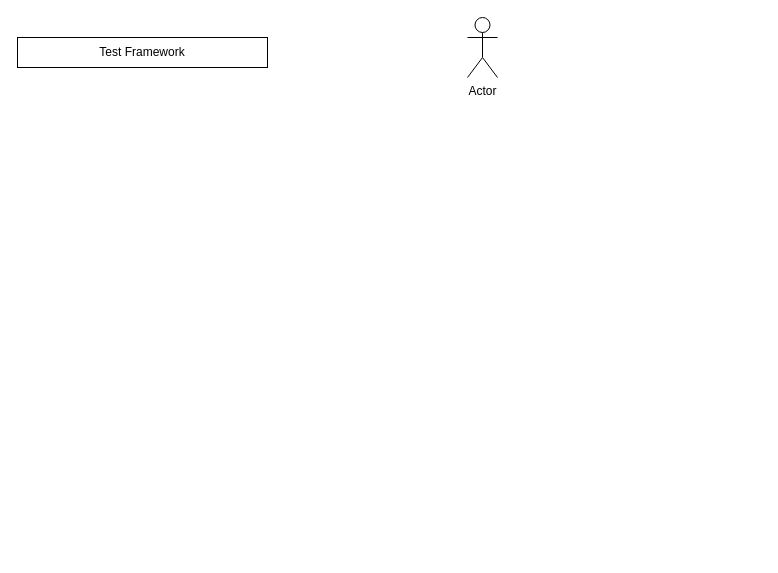
Above: Untitled Diagram.drawio in TSpasov/notes_and_stuff (draw.io), before the change. Source tidied: cells renumbered, new cells numbered last; positions are measured from the earlier drawing's top-left corner, leaving out a move shared by most shapes. Both pictures are drawn from the tidied source at 100%, with x=0, y=0 at pixel (17, 17).
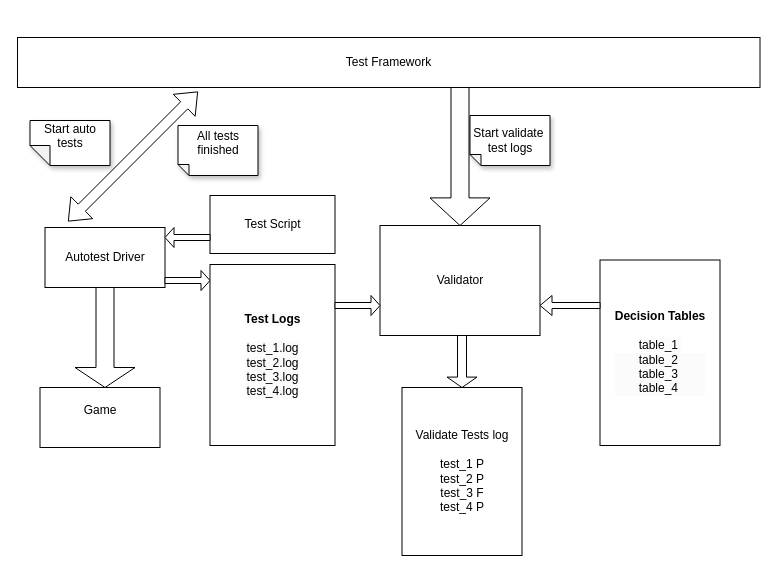
The same diagram, later.

Commit message:
base_scheme

What changed in the source:
```diff
@@
     <mxCell id="2" value="Test Framework" style="rounded=0;whiteSpace=wrap;html=1;" parent="1" vertex="1">
-      <mxGeometry y="20" width="250" height="30" as="geometry" />
+      <mxGeometry y="20" width="742.5" height="50" as="geometry" />
     </mxCell>
-    <mxCell id="3" value="Actor" style="shape=umlActor;verticalLabelPosition=bottom;verticalAlign=top;html=1;" parent="1" vertex="1">
-      <mxGeometry x="450" width="30" height="60" as="geometry" />
-    </mxCell>
+    <mxCell id="4" value="Game&lt;div&gt;&lt;br&gt;&lt;/div&gt;" style="rounded=0;whiteSpace=wrap;html=1;" parent="1" vertex="1">
+      <mxGeometry x="22.5" y="370" width="120" height="60" as="geometry" />
+    </mxCell>
+    <mxCell id="5" value="Autotest Driver" style="rounded=0;whiteSpace=wrap;html=1;" parent="1" vertex="1">
+      <mxGeometry x="27.5" y="210" width="120" height="60" as="geometry" />
+    </mxCell>
+    <mxCell id="6" value="Test Script" style="whiteSpace=wrap;html=1;" parent="1" vertex="1">
+      <mxGeometry x="192.5" y="178" width="125" height="58" as="geometry" />
+    </mxCell>
+    <mxCell id="7" style="shape=singleArrow;direction=south;whiteSpace=wrap;html=1;" parent="1" vertex="1">
+      <mxGeometry x="57.5" y="270" width="60" height="100" as="geometry" />
+    </mxCell>
+    <mxCell id="8" style="shape=singleArrow;whiteSpace=wrap;html=1;direction=west;" parent="1" vertex="1">
+      <mxGeometry x="147.5" y="210" width="45" height="20" as="geometry" />
+    </mxCell>
+    <mxCell id="9" style="shape=singleArrow;whiteSpace=wrap;html=1;" parent="1" vertex="1">
+      <mxGeometry x="147.5" y="253" width="45" height="20" as="geometry" />
+    </mxCell>
+    <mxCell id="10" value="&lt;div&gt;&lt;span style=&quot;color: rgb(0, 0, 0); font-family: Helvetica; font-size: 12px; font-style: normal; font-variant-ligatures: normal; font-variant-caps: normal; letter-spacing: normal; orphans: 2; text-align: center; text-indent: 0px; text-transform: none; widows: 2; word-spacing: 0px; -webkit-text-stroke-width: 0px; white-space: normal; background-color: rgb(251, 251, 251); text-decoration-thickness: initial; text-decoration-style: initial; text-decoration-color: initial; float: none; display: inline !important;&quot;&gt;&lt;b&gt;Test Logs&lt;/b&gt;&lt;/span&gt;&lt;/div&gt;&lt;div&gt;&lt;span style=&quot;color: rgb(0, 0, 0); font-family: Helvetica; font-size: 12px; font-style: normal; font-variant-ligatures: normal; font-variant-caps: normal; letter-spacing: normal; orphans: 2; text-align: center; text-indent: 0px; text-transform: none; widows: 2; word-spacing: 0px; -webkit-text-stroke-width: 0px; white-space: normal; background-color: rgb(251, 251, 251); text-decoration-thickness: initial; text-decoration-style: initial; text-decoration-color: initial; float: none; display: inline !important;&quot;&gt;&lt;b&gt;&lt;br&gt;&lt;/b&gt;&lt;/span&gt;&lt;/div&gt;&lt;span style=&quot;color: rgb(0, 0, 0); font-family: Helvetica; font-size: 12px; font-style: normal; font-variant-ligatures: normal; font-variant-caps: normal; font-weight: 400; letter-spacing: normal; orphans: 2; text-align: center; text-indent: 0px; text-transform: none; widows: 2; word-spacing: 0px; -webkit-text-stroke-width: 0px; white-space: normal; background-color: rgb(251, 251, 251); text-decoration-thickness: initial; text-decoration-style: initial; text-decoration-color: initial; display: inline !important; float: none;&quot;&gt;test_1.log&lt;/span&gt;&lt;div style=&quot;forced-color-adjust: none; color: rgb(0, 0, 0); font-family: Helvetica; font-size: 12px; font-style: normal; font-variant-ligatures: normal; font-variant-caps: normal; font-weight: 400; letter-spacing: normal; orphans: 2; text-align: center; text-indent: 0px; text-transform: none; widows: 2; word-spacing: 0px; -webkit-text-stroke-width: 0px; white-space: normal; background-color: rgb(251, 251, 251); text-decoration-thickness: initial; text-decoration-style: initial; text-decoration-color: initial;&quot;&gt;test_2.log&lt;/div&gt;&lt;div style=&quot;forced-color-adjust: none; color: rgb(0, 0, 0); font-family: Helvetica; font-size: 12px; font-style: normal; font-variant-ligatures: normal; font-variant-caps: normal; font-weight: 400; letter-spacing: normal; orphans: 2; text-align: center; text-indent: 0px; text-transform: none; widows: 2; word-spacing: 0px; -webkit-text-stroke-width: 0px; white-space: normal; background-color: rgb(251, 251, 251); text-decoration-thickness: initial; text-decoration-style: initial; text-decoration-color: initial;&quot;&gt;test_3.log&lt;/div&gt;&lt;div style=&quot;forced-color-adjust: none; color: rgb(0, 0, 0); font-family: Helvetica; font-size: 12px; font-style: normal; font-variant-ligatures: normal; font-variant-caps: normal; font-weight: 400; letter-spacing: normal; orphans: 2; text-align: center; text-indent: 0px; text-transform: none; widows: 2; word-spacing: 0px; -webkit-text-stroke-width: 0px; white-space: normal; background-color: rgb(251, 251, 251); text-decoration-thickness: initial; text-decoration-style: initial; text-decoration-color: initial;&quot;&gt;&lt;span style=&quot;forced-color-adjust: none; background-color: initial;&quot;&gt;test_4.log&lt;/span&gt;&lt;/div&gt;" style="rounded=0;whiteSpace=wrap;html=1;" parent="1" vertex="1">
+      <mxGeometry x="192.5" y="247" width="125" height="181" as="geometry" />
+    </mxCell>
+    <mxCell id="11" value="Validator" style="rounded=0;whiteSpace=wrap;html=1;" parent="1" vertex="1">
+      <mxGeometry x="362.5" y="208" width="160" height="110" as="geometry" />
+    </mxCell>
+    <mxCell id="12" style="shape=singleArrow;direction=south;whiteSpace=wrap;html=1;" parent="1" vertex="1">
+      <mxGeometry x="412.5" y="70" width="60" height="138" as="geometry" />
+    </mxCell>
+    <mxCell id="13" value="&lt;b&gt;Decision Tables&lt;/b&gt;&lt;br style=&quot;forced-color-adjust: none; color: rgb(0, 0, 0); font-family: Helvetica; font-size: 12px; font-style: normal; font-variant-ligatures: normal; font-variant-caps: normal; font-weight: 400; letter-spacing: normal; orphans: 2; text-align: center; text-indent: 0px; text-transform: none; widows: 2; word-spacing: 0px; -webkit-text-stroke-width: 0px; white-space: normal; background-color: rgb(251, 251, 251); text-decoration-thickness: initial; text-decoration-style: initial; text-decoration-color: initial;&quot;&gt;&lt;br style=&quot;forced-color-adjust: none; color: rgb(0, 0, 0); font-family: Helvetica; font-size: 12px; font-style: normal; font-variant-ligatures: normal; font-variant-caps: normal; font-weight: 400; letter-spacing: normal; orphans: 2; text-align: center; text-indent: 0px; text-transform: none; widows: 2; word-spacing: 0px; -webkit-text-stroke-width: 0px; white-space: normal; background-color: rgb(251, 251, 251); text-decoration-thickness: initial; text-decoration-style: initial; text-decoration-color: initial;&quot;&gt;&lt;span style=&quot;color: rgb(0, 0, 0); font-family: Helvetica; font-size: 12px; font-style: normal; font-variant-ligatures: normal; font-variant-caps: normal; font-weight: 400; letter-spacing: normal; orphans: 2; text-align: center; text-indent: 0px; text-transform: none; widows: 2; word-spacing: 0px; -webkit-text-stroke-width: 0px; white-space: normal; background-color: rgb(251, 251, 251); text-decoration-thickness: initial; text-decoration-style: initial; text-decoration-color: initial; display: inline !important; float: none;&quot;&gt;table_1&amp;nbsp;&lt;/span&gt;&lt;div style=&quot;forced-color-adjust: none; color: rgb(0, 0, 0); font-family: Helvetica; font-size: 12px; font-style: normal; font-variant-ligatures: normal; font-variant-caps: normal; font-weight: 400; letter-spacing: normal; orphans: 2; text-align: center; text-indent: 0px; text-transform: none; widows: 2; word-spacing: 0px; -webkit-text-stroke-width: 0px; white-space: normal; background-color: rgb(251, 251, 251); text-decoration-thickness: initial; text-decoration-style: initial; text-decoration-color: initial;&quot;&gt;table_2&amp;nbsp;&lt;/div&gt;&lt;div style=&quot;forced-color-adjust: none; color: rgb(0, 0, 0); font-family: Helvetica; font-size: 12px; font-style: normal; font-variant-ligatures: normal; font-variant-caps: normal; font-weight: 400; letter-spacing: normal; orphans: 2; text-align: center; text-indent: 0px; text-transform: none; widows: 2; word-spacing: 0px; -webkit-text-stroke-width: 0px; white-space: normal; background-color: rgb(251, 251, 251); text-decoration-thickness: initial; text-decoration-style: initial; text-decoration-color: initial;&quot;&gt;table_3&amp;nbsp;&lt;/div&gt;&lt;div style=&quot;forced-color-adjust: none; color: rgb(0, 0, 0); font-family: Helvetica; font-size: 12px; font-style: normal; font-variant-ligatures: normal; font-variant-caps: normal; font-weight: 400; letter-spacing: normal; orphans: 2; text-align: center; text-indent: 0px; text-transform: none; widows: 2; word-spacing: 0px; -webkit-text-stroke-width: 0px; white-space: normal; background-color: rgb(251, 251, 251); text-decoration-thickness: initial; text-decoration-style: initial; text-decoration-color: initial;&quot;&gt;&lt;span style=&quot;forced-color-adjust: none; background-color: initial;&quot;&gt;table_4&amp;nbsp;&lt;/span&gt;&lt;/div&gt;" style="rounded=0;whiteSpace=wrap;html=1;" parent="1" vertex="1">
+      <mxGeometry x="582.5" y="242.5" width="120" height="185.5" as="geometry" />
+    </mxCell>
+    <mxCell id="14" style="shape=flexArrow;endArrow=classic;startArrow=classic;html=1;rounded=0;" parent="1" edge="1">
+      <mxGeometry relative="1" as="geometry">
+        <mxPoint x="50.5" y="204" as="sourcePoint" />
+        <mxPoint x="180.5" y="74" as="targetPoint" />
+      </mxGeometry>
+    </mxCell>
+    <mxCell id="15" style="shape=singleArrow;whiteSpace=wrap;html=1;" parent="1" vertex="1">
+      <mxGeometry x="317.5" y="278" width="45" height="20" as="geometry" />
+    </mxCell>
+    <mxCell id="16" style="shape=singleArrow;direction=west;whiteSpace=wrap;html=1;" parent="1" vertex="1">
+      <mxGeometry x="522.5" y="278" width="60" height="20" as="geometry" />
+    </mxCell>
+    <mxCell id="17" style="shape=singleArrow;direction=south;whiteSpace=wrap;html=1;" parent="1" vertex="1">
+      <mxGeometry x="429.5" y="318" width="30" height="52" as="geometry" />
+    </mxCell>
+    <mxCell id="18" value="Validate Tests log&lt;br&gt;&lt;br&gt;test_1 P&lt;div&gt;test_2 P&lt;/div&gt;&lt;div&gt;test_3 F&lt;/div&gt;&lt;div&gt;&lt;span style=&quot;background-color: initial;&quot;&gt;test_4 P&lt;/span&gt;&lt;/div&gt;" style="rounded=0;whiteSpace=wrap;html=1;" parent="1" vertex="1">
+      <mxGeometry x="384.5" y="370" width="120" height="168" as="geometry" />
+    </mxCell>
+    <mxCell id="19" value="Start auto tests&lt;div&gt;&lt;br&gt;&lt;/div&gt;" style="shape=note;whiteSpace=wrap;html=1;backgroundOutline=1;darkOpacity=0.05;fillStyle=solid;direction=west;gradientDirection=north;shadow=1;size=20;" parent="1" vertex="1">
+      <mxGeometry x="12.5" y="103" width="80" height="45" as="geometry" />
+    </mxCell>
+    <mxCell id="20" value="&lt;div&gt;All tests finished&lt;/div&gt;&lt;div&gt;&lt;br&gt;&lt;/div&gt;" style="shape=note;whiteSpace=wrap;html=1;backgroundOutline=1;darkOpacity=0.05;fillStyle=solid;direction=west;gradientDirection=north;shadow=1;size=11;" parent="1" vertex="1">
+      <mxGeometry x="160.5" y="108" width="80" height="50" as="geometry" />
+    </mxCell>
+    <mxCell id="21" value="&lt;div&gt;Start validate&amp;nbsp;&lt;br&gt;test logs&lt;/div&gt;" style="shape=note;whiteSpace=wrap;html=1;backgroundOutline=1;darkOpacity=0.05;fillStyle=solid;direction=west;gradientDirection=north;shadow=1;size=11;" parent="1" vertex="1">
+      <mxGeometry x="452.5" y="98" width="80" height="50" as="geometry" />
+    </mxCell>
```
